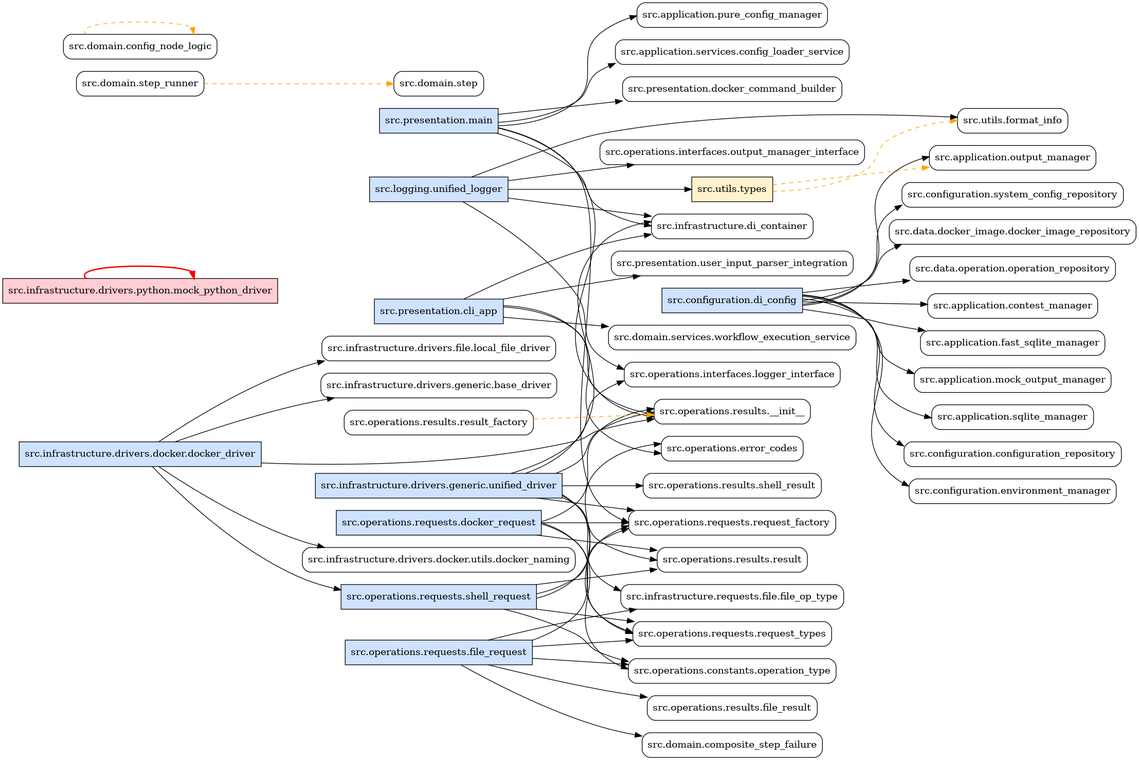
Above: src_check/dependency_graph.png in sugipamo/project-cph (Graphviz), before the change. Its source is kept beside it as src_check/dependency_graph.dot.
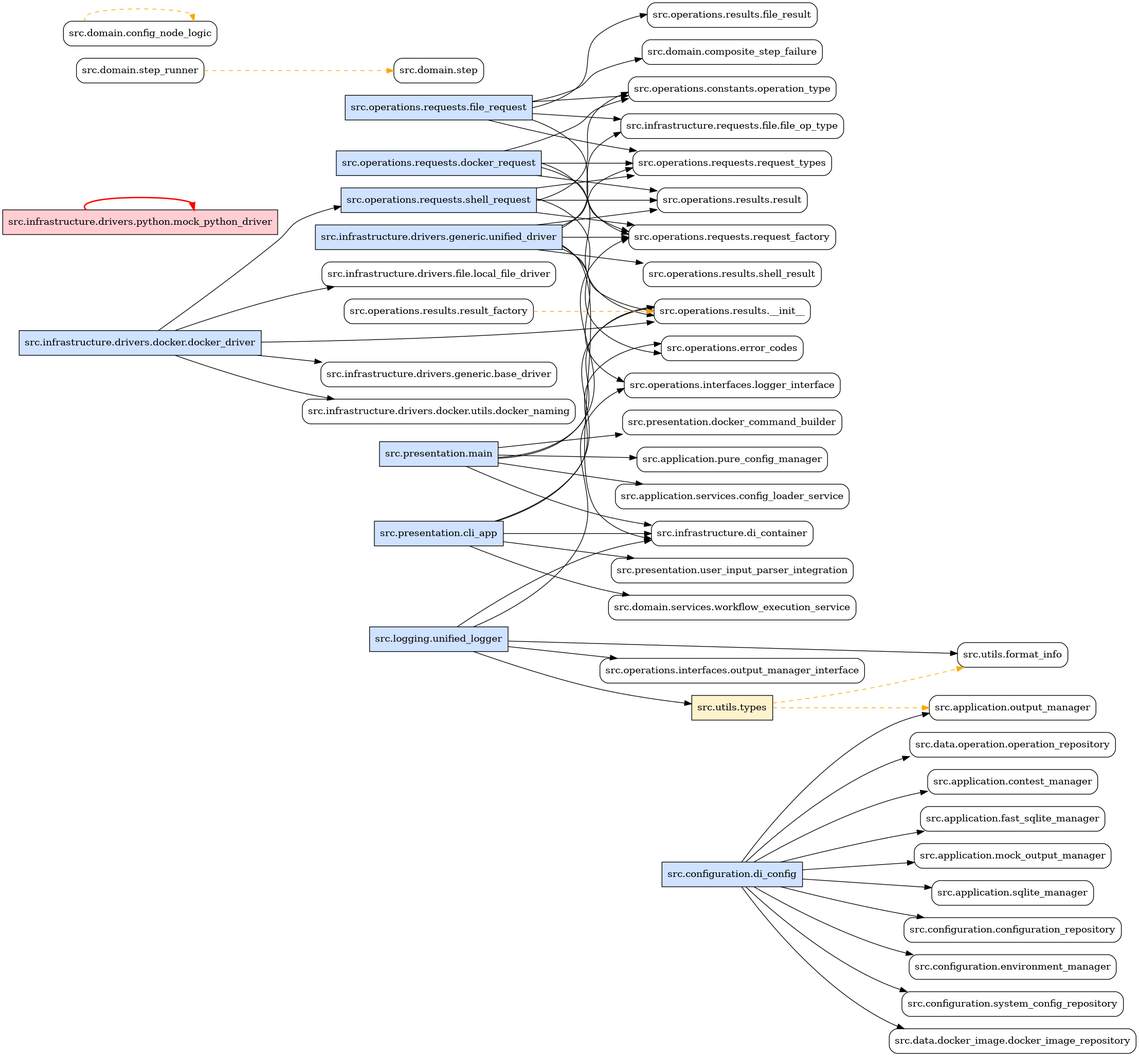
Above is the later version.

Change to the diagram source:
```diff
@@ -2,17 +2,17 @@
   rankdir=LR;
   node [shape=box, style=rounded];
 
+  "src.infrastructure.drivers.docker.docker_driver" [fillcolor="#cfe2ff", style=filled];
+  "src.presentation.main" [fillcolor="#cfe2ff", style=filled];
+  "src.presentation.cli_app" [fillcolor="#cfe2ff", style=filled];
+  "src.operations.requests.file_request" [fillcolor="#cfe2ff", style=filled];
+  "src.infrastructure.drivers.python.mock_python_driver" [fillcolor="#ffcdd2", style=filled];
   "src.operations.requests.shell_request" [fillcolor="#cfe2ff", style=filled];
+  "src.operations.requests.docker_request" [fillcolor="#cfe2ff", style=filled];
   "src.utils.types" [fillcolor="#fff3cd", style=filled];
-  "src.presentation.cli_app" [fillcolor="#cfe2ff", style=filled];
+  "src.infrastructure.drivers.generic.unified_driver" [fillcolor="#cfe2ff", style=filled];
+  "src.logging.unified_logger" [fillcolor="#cfe2ff", style=filled];
   "src.configuration.di_config" [fillcolor="#cfe2ff", style=filled];
-  "src.presentation.main" [fillcolor="#cfe2ff", style=filled];
-  "src.infrastructure.drivers.python.mock_python_driver" [fillcolor="#ffcdd2", style=filled];
-  "src.infrastructure.drivers.generic.unified_driver" [fillcolor="#cfe2ff", style=filled];
-  "src.operations.requests.file_request" [fillcolor="#cfe2ff", style=filled];
-  "src.logging.unified_logger" [fillcolor="#cfe2ff", style=filled];
-  "src.operations.requests.docker_request" [fillcolor="#cfe2ff", style=filled];
-  "src.infrastructure.drivers.docker.docker_driver" [fillcolor="#cfe2ff", style=filled];
 
   "src.presentation.main" -> "src.application.pure_config_manager";
   "src.presentation.main" -> "src.application.services.config_loader_service";
```
